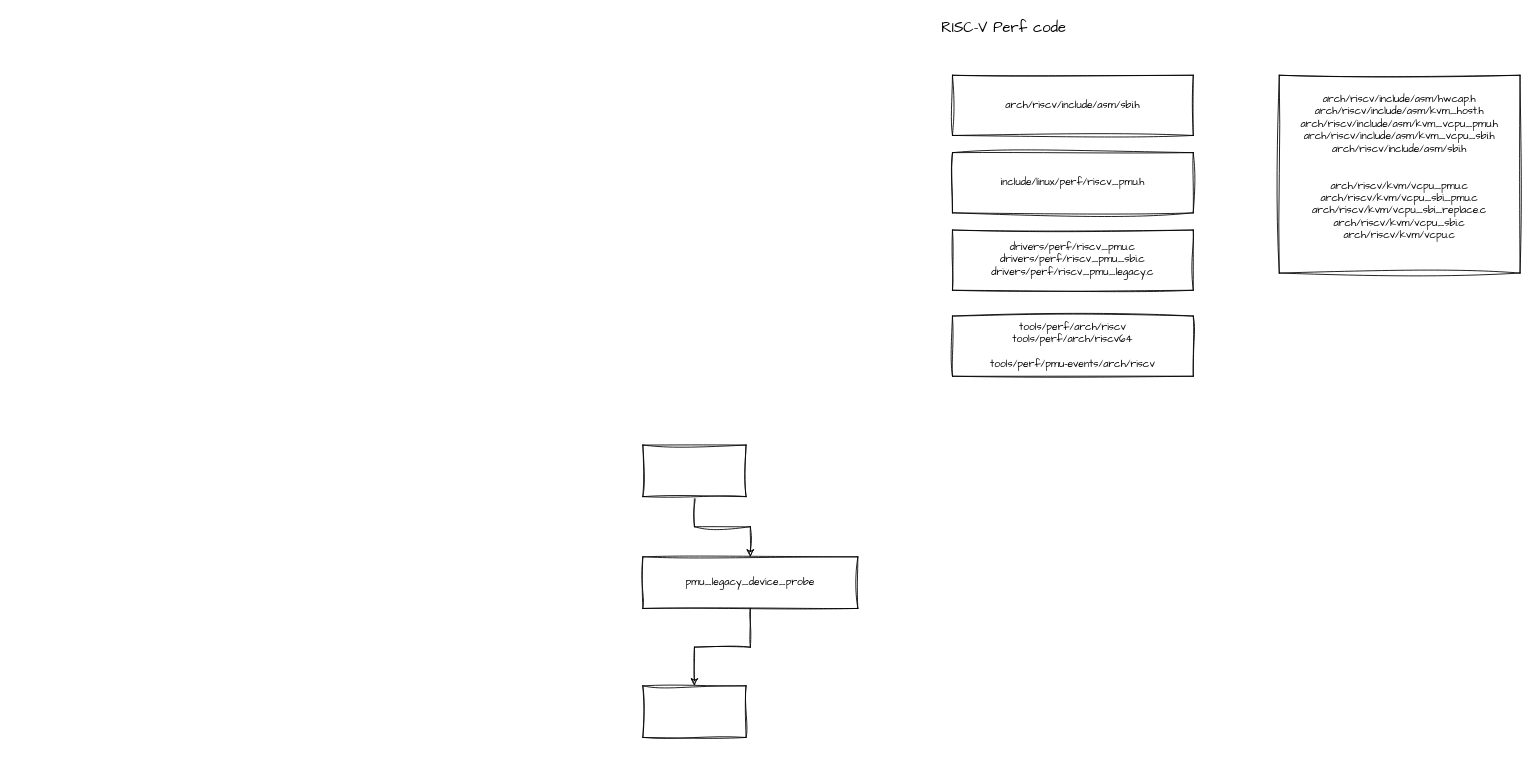
hubblezzhu/frr_learning keeps this draw.io diagram as RISC-V_perf.drawio. Above is the earlier version. Source tidied: cells renumbered, new cells numbered last; positions are measured from the earlier drawing's top-left corner, leaving out a move shared by most shapes. Both pictures are drawn from the tidied source at 86%, with x=0, y=0 at pixel (642, 15).
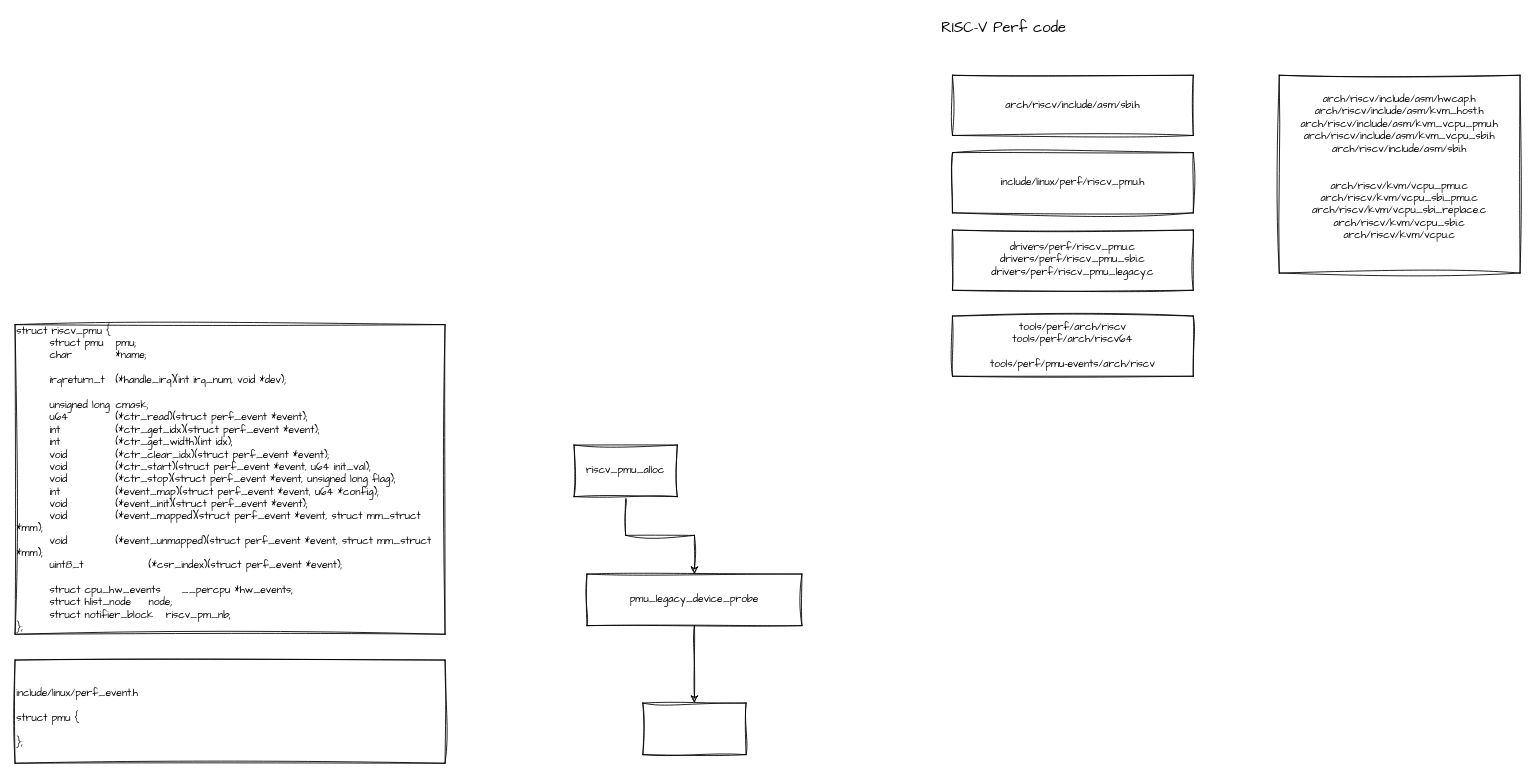
After the change.

The edit, as a diff of the source:
```diff
@@
 <mxGraphModel>
   <root>
     <mxCell id="0" />
     <mxCell id="1" parent="0" />
     <mxCell id="2" style="edgeStyle=orthogonalEdgeStyle;rounded=0;jettySize=auto;html=1;sketch=1;curveFitting=1;jiggle=2;fontFamily=Comic Sans MS;" parent="1" edge="1" source="3" target="5">
       <mxGeometry relative="1" as="geometry" />
     </mxCell>
-    <mxCell id="3" style="rounded=0;whiteSpace=wrap;html=1;sketch=1;curveFitting=1;jiggle=2;fontFamily=Comic Sans MS;" parent="1" vertex="1">
-      <mxGeometry y="500" width="120" height="60" as="geometry" />
+    <mxCell id="3" value="riscv_pmu_alloc" style="rounded=0;whiteSpace=wrap;html=1;sketch=1;curveFitting=1;jiggle=2;fontFamily=Comic Sans MS;" parent="1" vertex="1">
+      <mxGeometry x="-80" y="500" width="120" height="60" as="geometry" />
     </mxCell>
     <mxCell id="4" style="edgeStyle=orthogonalEdgeStyle;rounded=0;jettySize=auto;html=1;sketch=1;curveFitting=1;jiggle=2;fontFamily=Comic Sans MS;" parent="1" edge="1" source="5" target="6">
       <mxGeometry relative="1" as="geometry" />
     </mxCell>
     <mxCell id="5" value="&lt;font&gt;pmu_legacy_device_probe&lt;/font&gt;" style="rounded=0;whiteSpace=wrap;html=1;sketch=1;curveFitting=1;jiggle=2;fontFamily=Comic Sans MS;" parent="1" vertex="1">
-      <mxGeometry y="630" width="250" height="60" as="geometry" />
+      <mxGeometry x="-65" y="650" width="250" height="60" as="geometry" />
     </mxCell>
     <mxCell id="6" style="rounded=0;whiteSpace=wrap;html=1;sketch=1;curveFitting=1;jiggle=2;fontFamily=Comic Sans MS;" parent="1" vertex="1">
-      <mxGeometry y="780" width="120" height="60" as="geometry" />
+      <mxGeometry y="800" width="120" height="60" as="geometry" />
     </mxCell>
     <mxCell id="7" value="tools/perf/arch/riscv&lt;div&gt;tools/perf/arch/riscv64&lt;br&gt;&lt;/div&gt;&lt;div&gt;&lt;br&gt;&lt;/div&gt;&lt;div&gt;tools/perf/pmu-events/arch/riscv&lt;/div&gt;" style="rounded=0;whiteSpace=wrap;html=1;sketch=1;curveFitting=1;jiggle=2;fontFamily=Comic Sans MS;" parent="1" vertex="1">
       <mxGeometry x="360" y="350" width="280" height="70" as="geometry" />
     </mxCell>
     <mxCell id="8" value="drivers/perf/riscv_pmu.c&lt;div&gt;drivers/perf/riscv_pmu_sbi.c&lt;/div&gt;&lt;div&gt;drivers/perf/riscv_pmu_legacy.c&lt;/div&gt;" style="rounded=0;whiteSpace=wrap;html=1;sketch=1;curveFitting=1;jiggle=2;fontFamily=Comic Sans MS;" parent="1" vertex="1">
       <mxGeometry x="360" y="250" width="280" height="70" as="geometry" />
     </mxCell>
     <mxCell id="9" value="include/linux/perf/riscv_pmu.h" style="rounded=0;whiteSpace=wrap;html=1;sketch=1;curveFitting=1;jiggle=2;fontFamily=Comic Sans MS;" parent="1" vertex="1">
       <mxGeometry x="360" y="160" width="280" height="70" as="geometry" />
     </mxCell>
     <mxCell id="10" value="arch/riscv/include/asm/sbi.h" style="rounded=0;whiteSpace=wrap;html=1;sketch=1;curveFitting=1;jiggle=2;fontFamily=Comic Sans MS;" parent="1" vertex="1">
       <mxGeometry x="360" y="70" width="280" height="70" as="geometry" />
     </mxCell>
     <mxCell id="11" value="&lt;font face=&quot;Comic Sans MS&quot; style=&quot;font-size: 17px;&quot;&gt;RISC-V Perf code&lt;/font&gt;" style="text;html=1;align=center;verticalAlign=middle;whiteSpace=wrap;rounded=0;fontSize=17;" parent="1" vertex="1">
       <mxGeometry x="340" width="160" height="30" as="geometry" />
     </mxCell>
     <mxCell id="12" value="&lt;div&gt;&lt;div&gt;arch/riscv/include/asm/hwcap.h&lt;/div&gt;&lt;/div&gt;&lt;div&gt;&lt;div&gt;arch/riscv/include/asm/kvm_host.h&lt;/div&gt;&lt;/div&gt;&lt;div&gt;&lt;div&gt;arch/riscv/include/asm/kvm_vcpu_pmu.h&lt;/div&gt;arch/riscv/include/asm/kvm_vcpu_sbi.h&lt;/div&gt;&lt;div&gt;&lt;div&gt;arch/riscv/include/asm/sbi.h&lt;/div&gt;&lt;/div&gt;&lt;div&gt;&lt;br&gt;&lt;/div&gt;&lt;div&gt;&lt;br&gt;&lt;/div&gt;&lt;div&gt;arch/riscv/kvm/vcpu_pmu.c&lt;br&gt;&lt;/div&gt;&lt;div&gt;arch/riscv/kvm/vcpu_sbi_pmu.c&lt;div&gt;arch/riscv/kvm/vcpu_sbi_replace.c&lt;br class=&quot;Apple-interchange-newline&quot;&gt;arch/riscv/kvm/vcpu_sbi.c&lt;br class=&quot;Apple-interchange-newline&quot;&gt;arch/riscv/kvm/vcpu.c&lt;div&gt;&lt;div&gt;&lt;div&gt;&lt;br&gt;&lt;/div&gt;&lt;/div&gt;&lt;/div&gt;&lt;/div&gt;&lt;/div&gt;" style="rounded=0;whiteSpace=wrap;html=1;sketch=1;curveFitting=1;jiggle=2;fontFamily=Comic Sans MS;" parent="1" vertex="1">
       <mxGeometry x="740" y="70" width="280" height="230" as="geometry" />
     </mxCell>
+    <mxCell id="13" value="&lt;div&gt;struct riscv_pmu {&lt;/div&gt;&lt;div&gt;&lt;span style=&quot;white-space: normal;&quot;&gt;&lt;span style=&quot;white-space:pre&quot;&gt;&#9;&lt;/span&gt;struct pmu&lt;span style=&quot;white-space:pre&quot;&gt;&#9;&lt;/span&gt;pmu;&lt;/span&gt;&lt;/div&gt;&lt;div&gt;&lt;span style=&quot;white-space: normal;&quot;&gt;&lt;span style=&quot;white-space:pre&quot;&gt;&#9;&lt;/span&gt;char&lt;span style=&quot;white-space:pre&quot;&gt;&#9;&#9;&lt;/span&gt;*name;&lt;/span&gt;&lt;/div&gt;&lt;div&gt;&lt;br&gt;&lt;/div&gt;&lt;div&gt;&lt;span style=&quot;white-space: normal;&quot;&gt;&lt;span style=&quot;white-space:pre&quot;&gt;&#9;&lt;/span&gt;irqreturn_t&lt;span style=&quot;white-space:pre&quot;&gt;&#9;&lt;/span&gt;(*handle_irq)(int irq_num, void *dev);&lt;/span&gt;&lt;/div&gt;&lt;div&gt;&lt;br&gt;&lt;/div&gt;&lt;div&gt;&lt;span style=&quot;white-space: normal;&quot;&gt;&lt;span style=&quot;white-space:pre&quot;&gt;&#9;&lt;/span&gt;unsigned long&lt;span style=&quot;white-space:pre&quot;&gt;&#9;&lt;/span&gt;cmask;&lt;/span&gt;&lt;/div&gt;&lt;div&gt;&lt;span style=&quot;white-space: normal;&quot;&gt;&lt;span style=&quot;white-space:pre&quot;&gt;&#9;&lt;/span&gt;u64&lt;span style=&quot;white-space:pre&quot;&gt;&#9;&#9;&lt;/span&gt;(*ctr_read)(struct perf_event *event);&lt;/span&gt;&lt;/div&gt;&lt;div&gt;&lt;span style=&quot;white-space: normal;&quot;&gt;&lt;span style=&quot;white-space:pre&quot;&gt;&#9;&lt;/span&gt;int&lt;span style=&quot;white-space:pre&quot;&gt;&#9;&#9;&lt;/span&gt;(*ctr_get_idx)(struct perf_event *event);&lt;/span&gt;&lt;/div&gt;&lt;div&gt;&lt;span style=&quot;white-space: normal;&quot;&gt;&lt;span style=&quot;white-space:pre&quot;&gt;&#9;&lt;/span&gt;int&lt;span style=&quot;white-space:pre&quot;&gt;&#9;&#9;&lt;/span&gt;(*ctr_get_width)(int idx);&lt;/span&gt;&lt;/div&gt;&lt;div&gt;&lt;span style=&quot;white-space: normal;&quot;&gt;&lt;span style=&quot;white-space:pre&quot;&gt;&#9;&lt;/span&gt;void&lt;span style=&quot;white-space:pre&quot;&gt;&#9;&#9;&lt;/span&gt;(*ctr_clear_idx)(struct perf_event *event);&lt;/span&gt;&lt;/div&gt;&lt;div&gt;&lt;span style=&quot;white-space: normal;&quot;&gt;&lt;span style=&quot;white-space:pre&quot;&gt;&#9;&lt;/span&gt;void&lt;span style=&quot;white-space:pre&quot;&gt;&#9;&#9;&lt;/span&gt;(*ctr_start)(struct perf_event *event, u64 init_val);&lt;/span&gt;&lt;/div&gt;&lt;div&gt;&lt;span style=&quot;white-space: normal;&quot;&gt;&lt;span style=&quot;white-space:pre&quot;&gt;&#9;&lt;/span&gt;void&lt;span style=&quot;white-space:pre&quot;&gt;&#9;&#9;&lt;/span&gt;(*ctr_stop)(struct perf_event *event, unsigned long flag);&lt;/span&gt;&lt;/div&gt;&lt;div&gt;&lt;span style=&quot;white-space: normal;&quot;&gt;&lt;span style=&quot;white-space:pre&quot;&gt;&#9;&lt;/span&gt;int&lt;span style=&quot;white-space:pre&quot;&gt;&#9;&#9;&lt;/span&gt;(*event_map)(struct perf_event *event, u64 *config);&lt;/span&gt;&lt;/div&gt;&lt;div&gt;&lt;span style=&quot;white-space: normal;&quot;&gt;&lt;span style=&quot;white-space:pre&quot;&gt;&#9;&lt;/span&gt;void&lt;span style=&quot;white-space:pre&quot;&gt;&#9;&#9;&lt;/span&gt;(*event_init)(struct perf_event *event);&lt;/span&gt;&lt;/div&gt;&lt;div&gt;&lt;span style=&quot;white-space: normal;&quot;&gt;&lt;span style=&quot;white-space:pre&quot;&gt;&#9;&lt;/span&gt;void&lt;span style=&quot;white-space:pre&quot;&gt;&#9;&#9;&lt;/span&gt;(*event_mapped)(struct perf_event *event, struct mm_struct *mm);&lt;/span&gt;&lt;/div&gt;&lt;div&gt;&lt;span style=&quot;white-space: normal;&quot;&gt;&lt;span style=&quot;white-space:pre&quot;&gt;&#9;&lt;/span&gt;void&lt;span style=&quot;white-space:pre&quot;&gt;&#9;&#9;&lt;/span&gt;(*event_unmapped)(struct perf_event *event, struct mm_struct *mm);&lt;/span&gt;&lt;/div&gt;&lt;div&gt;&lt;span style=&quot;white-space: normal;&quot;&gt;&lt;span style=&quot;white-space:pre&quot;&gt;&#9;&lt;/span&gt;uint8_t&lt;span style=&quot;white-space:pre&quot;&gt;&#9;&#9;&lt;/span&gt;(*csr_index)(struct perf_event *event);&lt;/span&gt;&lt;/div&gt;&lt;div&gt;&lt;br&gt;&lt;/div&gt;&lt;div&gt;&lt;span style=&quot;white-space: normal;&quot;&gt;&lt;span style=&quot;white-space:pre&quot;&gt;&#9;&lt;/span&gt;struct cpu_hw_events&lt;span style=&quot;white-space:pre&quot;&gt;&#9;&lt;/span&gt;__percpu *hw_events;&lt;/span&gt;&lt;/div&gt;&lt;div&gt;&lt;span style=&quot;white-space: normal;&quot;&gt;&lt;span style=&quot;white-space:pre&quot;&gt;&#9;&lt;/span&gt;struct hlist_node&lt;span style=&quot;white-space:pre&quot;&gt;&#9;&lt;/span&gt;node;&lt;/span&gt;&lt;/div&gt;&lt;div&gt;&lt;span style=&quot;white-space: normal;&quot;&gt;&lt;span style=&quot;white-space:pre&quot;&gt;&#9;&lt;/span&gt;struct notifier_block&amp;nbsp; &amp;nbsp;riscv_pm_nb;&lt;/span&gt;&lt;/div&gt;&lt;div&gt;};&lt;/div&gt;" style="rounded=0;whiteSpace=wrap;html=1;sketch=1;curveFitting=1;jiggle=2;fontFamily=Comic Sans MS;align=left;" parent="1" vertex="1">
+      <mxGeometry x="-730" y="360" width="500" height="360" as="geometry" />
+    </mxCell>
+    <mxCell id="14" value="&lt;div&gt;&lt;br&gt;&lt;/div&gt;&lt;div&gt;include/linux/perf_event.h&lt;/div&gt;&lt;div&gt;&lt;br&gt;&lt;/div&gt;&lt;div&gt;struct pmu {&lt;/div&gt;&lt;div&gt;&lt;span style=&quot;white-space: normal;&quot;&gt;&lt;span style=&quot;white-space:pre&quot;&gt;&#9;&lt;/span&gt;&lt;/span&gt;&lt;/div&gt;&lt;div&gt;};&lt;/div&gt;" style="rounded=0;whiteSpace=wrap;html=1;sketch=1;curveFitting=1;jiggle=2;fontFamily=Comic Sans MS;align=left;" parent="1" vertex="1">
+      <mxGeometry x="-730" y="750" width="500" height="120" as="geometry" />
+    </mxCell>
   </root>
 </mxGraphModel>
```
